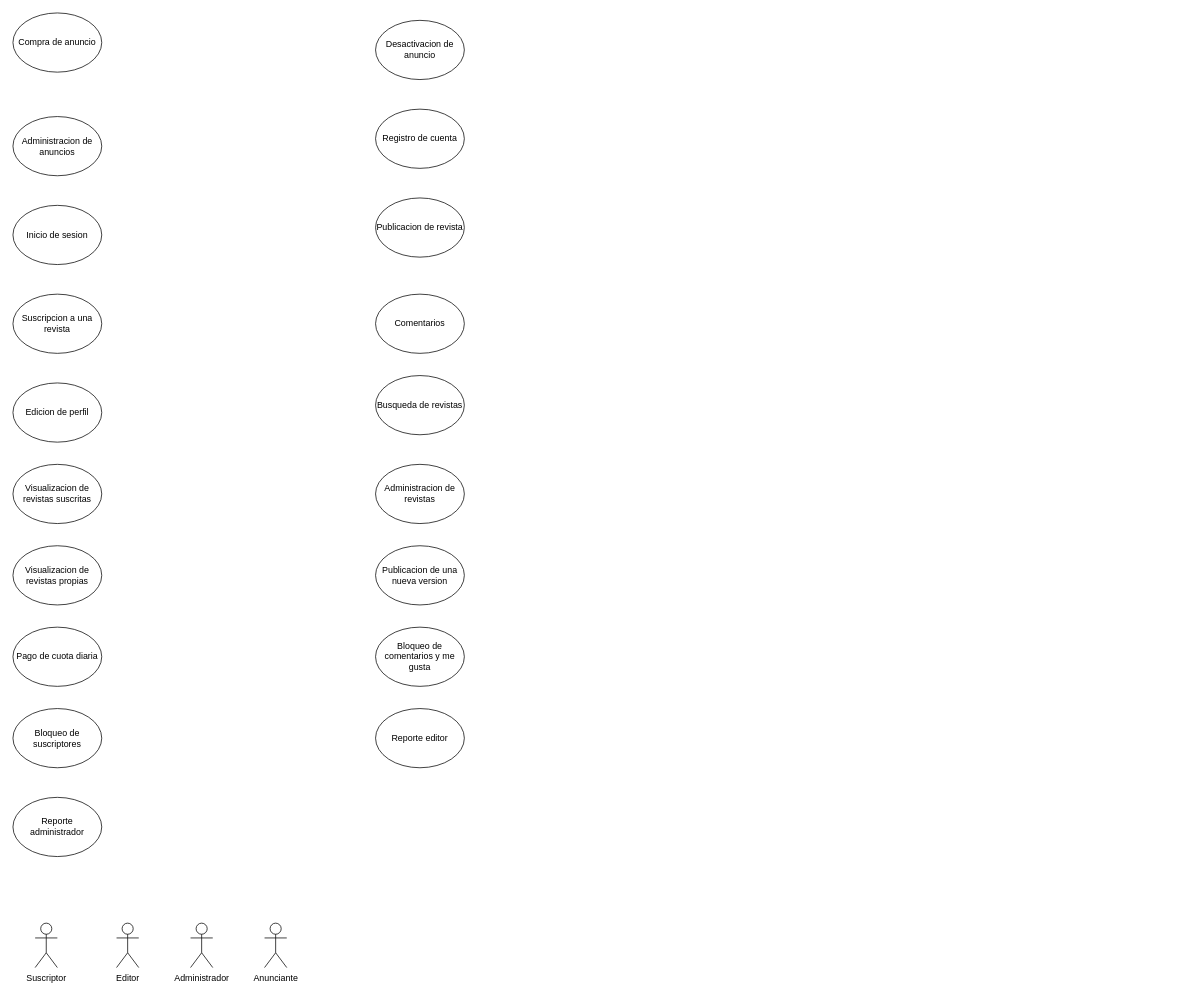
Above: Diagrama Casos de Uso.drawio in MynorDaniel/revistas-digitales (draw.io), before the change. Source tidied: cells renumbered, new cells numbered last; positions are measured from the earlier drawing's top-left corner, leaving out a move shared by most shapes. Both pictures are drawn from the tidied source at 74%, with x=0, y=0 at pixel (13, 13).
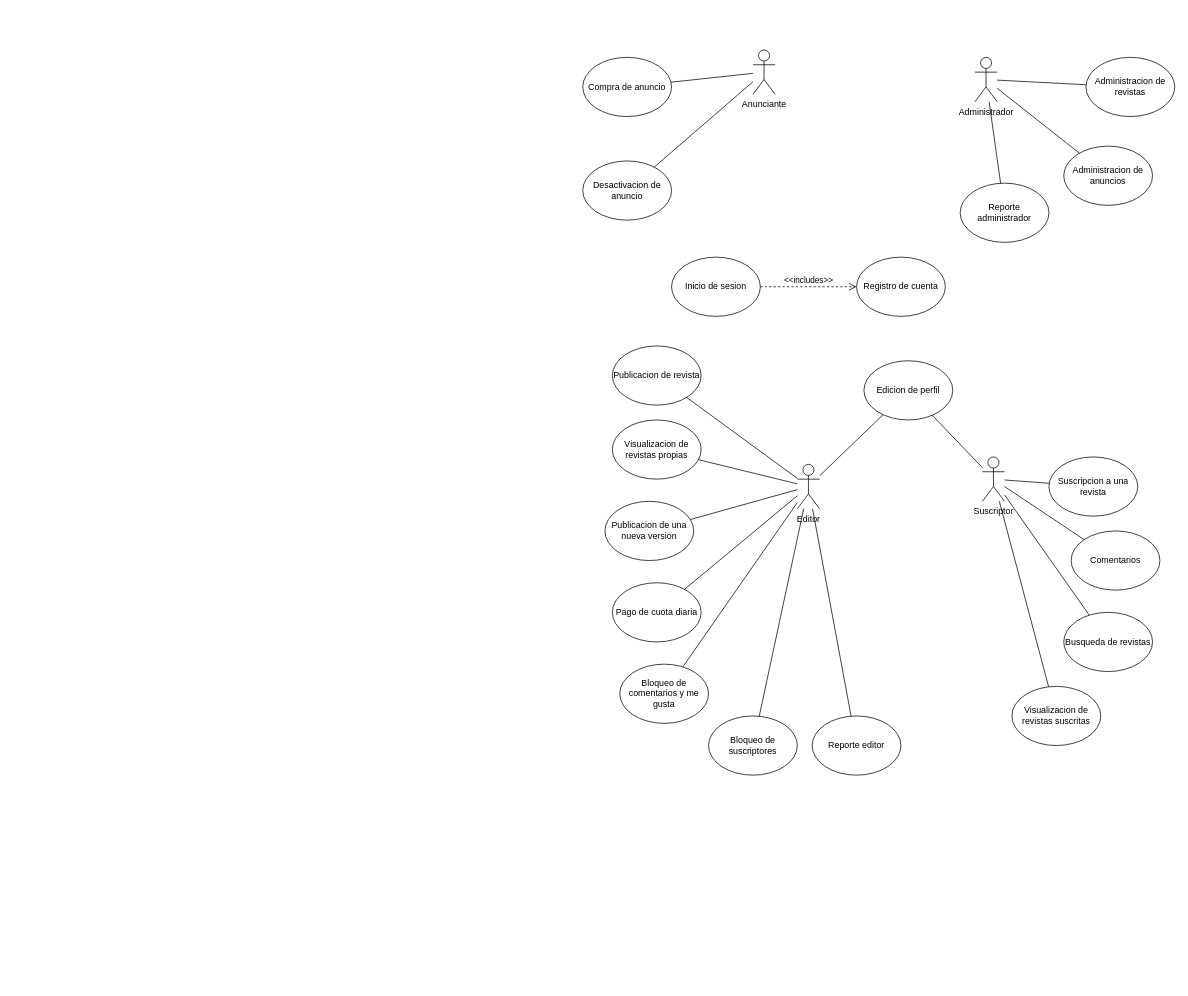
Above is the later version.

Commit message:
diagrama casos de uso 1

Change to the diagram source:
```diff
@@
     <mxCell id="2" value="Compra de anuncio" style="ellipse;whiteSpace=wrap;html=1;" parent="1" vertex="1">
-      <mxGeometry width="120" height="80" as="geometry" />
+      <mxGeometry x="770" y="60" width="120" height="80" as="geometry" />
     </mxCell>
     <mxCell id="3" value="Desactivacion de anuncio" style="ellipse;whiteSpace=wrap;html=1;" parent="1" vertex="1">
-      <mxGeometry x="490" y="10" width="120" height="80" as="geometry" />
+      <mxGeometry x="770" y="200" width="120" height="80" as="geometry" />
     </mxCell>
     <mxCell id="4" value="Administracion de anuncios" style="ellipse;whiteSpace=wrap;html=1;" parent="1" vertex="1">
-      <mxGeometry y="140" width="120" height="80" as="geometry" />
+      <mxGeometry x="1420" y="180" width="120" height="80" as="geometry" />
     </mxCell>
     <mxCell id="5" value="Registro de cuenta" style="ellipse;whiteSpace=wrap;html=1;" parent="1" vertex="1">
-      <mxGeometry x="490" y="130" width="120" height="80" as="geometry" />
+      <mxGeometry x="1140" y="330" width="120" height="80" as="geometry" />
     </mxCell>
     <mxCell id="6" value="Inicio de sesion" style="ellipse;whiteSpace=wrap;html=1;" parent="1" vertex="1">
-      <mxGeometry y="260" width="120" height="80" as="geometry" />
+      <mxGeometry x="890" y="330" width="120" height="80" as="geometry" />
     </mxCell>
     <mxCell id="7" value="Publicacion de revista" style="ellipse;whiteSpace=wrap;html=1;" parent="1" vertex="1">
-      <mxGeometry x="490" y="250" width="120" height="80" as="geometry" />
+      <mxGeometry x="810" y="450" width="120" height="80" as="geometry" />
     </mxCell>
     <mxCell id="8" value="Suscripcion a una revista" style="ellipse;whiteSpace=wrap;html=1;" parent="1" vertex="1">
-      <mxGeometry y="380" width="120" height="80" as="geometry" />
+      <mxGeometry x="1400" y="600" width="120" height="80" as="geometry" />
     </mxCell>
     <mxCell id="9" value="Edicion de perfil" style="ellipse;whiteSpace=wrap;html=1;" parent="1" vertex="1">
-      <mxGeometry y="500" width="120" height="80" as="geometry" />
+      <mxGeometry x="1150" y="470" width="120" height="80" as="geometry" />
     </mxCell>
     <mxCell id="10" value="Comentarios" style="ellipse;whiteSpace=wrap;html=1;" parent="1" vertex="1">
-      <mxGeometry x="490" y="380" width="120" height="80" as="geometry" />
+      <mxGeometry x="1430" y="700" width="120" height="80" as="geometry" />
     </mxCell>
     <mxCell id="11" value="Busqueda de revistas" style="ellipse;whiteSpace=wrap;html=1;" parent="1" vertex="1">
-      <mxGeometry x="490" y="490" width="120" height="80" as="geometry" />
+      <mxGeometry x="1420" y="810" width="120" height="80" as="geometry" />
     </mxCell>
     <mxCell id="12" value="Visualizacion de revistas suscritas" style="ellipse;whiteSpace=wrap;html=1;" parent="1" vertex="1">
-      <mxGeometry y="610" width="120" height="80" as="geometry" />
+      <mxGeometry x="1350" y="910" width="120" height="80" as="geometry" />
     </mxCell>
     <mxCell id="13" value="Visualizacion de revistas propias" style="ellipse;whiteSpace=wrap;html=1;" parent="1" vertex="1">
-      <mxGeometry y="720" width="120" height="80" as="geometry" />
+      <mxGeometry x="810" y="550" width="120" height="80" as="geometry" />
     </mxCell>
     <mxCell id="14" value="Administracion de revistas" style="ellipse;whiteSpace=wrap;html=1;" parent="1" vertex="1">
-      <mxGeometry x="490" y="610" width="120" height="80" as="geometry" />
+      <mxGeometry x="1450" y="60" width="120" height="80" as="geometry" />
     </mxCell>
     <mxCell id="15" value="Pago de cuota diaria" style="ellipse;whiteSpace=wrap;html=1;" parent="1" vertex="1">
-      <mxGeometry y="830" width="120" height="80" as="geometry" />
+      <mxGeometry x="810" y="770" width="120" height="80" as="geometry" />
     </mxCell>
     <mxCell id="16" value="Publicacion de una nueva version" style="ellipse;whiteSpace=wrap;html=1;" parent="1" vertex="1">
-      <mxGeometry x="490" y="720" width="120" height="80" as="geometry" />
+      <mxGeometry x="800" y="660" width="120" height="80" as="geometry" />
     </mxCell>
     <mxCell id="17" value="Bloqueo de suscriptores" style="ellipse;whiteSpace=wrap;html=1;" parent="1" vertex="1">
-      <mxGeometry y="940" width="120" height="80" as="geometry" />
+      <mxGeometry x="940" y="950" width="120" height="80" as="geometry" />
     </mxCell>
     <mxCell id="18" value="Bloqueo de comentarios y me gusta" style="ellipse;whiteSpace=wrap;html=1;" parent="1" vertex="1">
-      <mxGeometry x="490" y="830" width="120" height="80" as="geometry" />
+      <mxGeometry x="820" y="880" width="120" height="80" as="geometry" />
     </mxCell>
     <mxCell id="19" value="Reporte administrador" style="ellipse;whiteSpace=wrap;html=1;" parent="1" vertex="1">
-      <mxGeometry y="1060" width="120" height="80" as="geometry" />
+      <mxGeometry x="1280" y="230" width="120" height="80" as="geometry" />
     </mxCell>
     <mxCell id="20" value="Reporte editor" style="ellipse;whiteSpace=wrap;html=1;" parent="1" vertex="1">
-      <mxGeometry x="490" y="940" width="120" height="80" as="geometry" />
+      <mxGeometry x="1080" y="950" width="120" height="80" as="geometry" />
     </mxCell>
     <mxCell id="21" value="Anunciante" style="shape=umlActor;verticalLabelPosition=bottom;verticalAlign=top;html=1;outlineConnect=0;" parent="1" vertex="1">
-      <mxGeometry x="340" y="1230" width="30" height="60" as="geometry" />
+      <mxGeometry x="1000" y="50" width="30" height="60" as="geometry" />
     </mxCell>
     <mxCell id="22" value="Administrador" style="shape=umlActor;verticalLabelPosition=bottom;verticalAlign=top;html=1;outlineConnect=0;" parent="1" vertex="1">
-      <mxGeometry x="240" y="1230" width="30" height="60" as="geometry" />
+      <mxGeometry x="1300" y="60" width="30" height="60" as="geometry" />
     </mxCell>
     <mxCell id="23" value="Editor" style="shape=umlActor;verticalLabelPosition=bottom;verticalAlign=top;html=1;outlineConnect=0;" parent="1" vertex="1">
-      <mxGeometry x="140" y="1230" width="30" height="60" as="geometry" />
+      <mxGeometry x="1060" y="610" width="30" height="60" as="geometry" />
     </mxCell>
     <mxCell id="24" value="Suscriptor" style="shape=umlActor;verticalLabelPosition=bottom;verticalAlign=top;html=1;outlineConnect=0;" parent="1" vertex="1">
-      <mxGeometry x="30" y="1230" width="30" height="60" as="geometry" />
+      <mxGeometry x="1310" y="600" width="30" height="60" as="geometry" />
     </mxCell>
+    <mxCell id="25" style="endArrow=none;html=1;rounded=0;" parent="1" edge="1" source="21" target="2">
+      <mxGeometry relative="1" as="geometry" />
+    </mxCell>
+    <mxCell id="26" style="endArrow=none;html=1;rounded=0;" parent="1" edge="1" source="21" target="3">
+      <mxGeometry relative="1" as="geometry" />
+    </mxCell>
+    <mxCell id="27" style="endArrow=none;html=1;rounded=0;" parent="1" edge="1" source="4" target="22">
+      <mxGeometry relative="1" as="geometry" />
+    </mxCell>
+    <mxCell id="28" style="endArrow=none;html=1;rounded=0;" parent="1" edge="1" source="14" target="22">
+      <mxGeometry relative="1" as="geometry" />
+    </mxCell>
+    <mxCell id="29" style="endArrow=none;html=1;rounded=0;" parent="1" edge="1" source="19" target="22">
+      <mxGeometry relative="1" as="geometry" />
+    </mxCell>
+    <mxCell id="30" style="endArrow=none;html=1;rounded=0;" parent="1" edge="1" source="23" target="7">
+      <mxGeometry relative="1" as="geometry" />
+    </mxCell>
+    <mxCell id="31" style="endArrow=none;html=1;rounded=0;" parent="1" edge="1" source="23" target="13">
+      <mxGeometry relative="1" as="geometry" />
+    </mxCell>
+    <mxCell id="32" style="endArrow=none;html=1;rounded=0;" parent="1" edge="1" source="23" target="16">
+      <mxGeometry relative="1" as="geometry" />
+    </mxCell>
+    <mxCell id="33" style="endArrow=none;html=1;rounded=0;" parent="1" edge="1" source="23" target="15">
+      <mxGeometry relative="1" as="geometry" />
+    </mxCell>
+    <mxCell id="34" style="endArrow=none;html=1;rounded=0;" parent="1" edge="1" source="23" target="18">
+      <mxGeometry relative="1" as="geometry" />
+    </mxCell>
+    <mxCell id="35" style="endArrow=none;html=1;rounded=0;" parent="1" edge="1" source="23" target="17">
+      <mxGeometry relative="1" as="geometry" />
+    </mxCell>
+    <mxCell id="36" style="endArrow=none;html=1;rounded=0;" parent="1" edge="1" source="23" target="20">
+      <mxGeometry relative="1" as="geometry" />
+    </mxCell>
+    <mxCell id="37" style="endArrow=none;html=1;rounded=0;" parent="1" edge="1" source="24" target="8">
+      <mxGeometry relative="1" as="geometry" />
+    </mxCell>
+    <mxCell id="38" style="endArrow=none;html=1;rounded=0;" parent="1" edge="1" source="24" target="10">
+      <mxGeometry relative="1" as="geometry" />
+    </mxCell>
+    <mxCell id="39" style="endArrow=none;html=1;rounded=0;" parent="1" edge="1" source="24" target="11">
+      <mxGeometry relative="1" as="geometry" />
+    </mxCell>
+    <mxCell id="40" style="endArrow=none;html=1;rounded=0;" parent="1" edge="1" source="24" target="12">
+      <mxGeometry relative="1" as="geometry" />
+    </mxCell>
+    <mxCell id="41" style="endArrow=none;html=1;rounded=0;" parent="1" edge="1" source="23" target="9">
+      <mxGeometry relative="1" as="geometry" />
+    </mxCell>
+    <mxCell id="42" style="endArrow=none;html=1;rounded=0;" parent="1" edge="1" source="24" target="9">
+      <mxGeometry relative="1" as="geometry" />
+    </mxCell>
+    <mxCell id="43" value="&amp;lt;&amp;lt;includes&amp;gt;&amp;gt;" style="html=1;verticalAlign=bottom;endArrow=open;dashed=1;endSize=8;curved=0;rounded=0;" parent="1" edge="1" source="6" target="5">
+      <mxGeometry relative="1" as="geometry" />
+    </mxCell>
```
